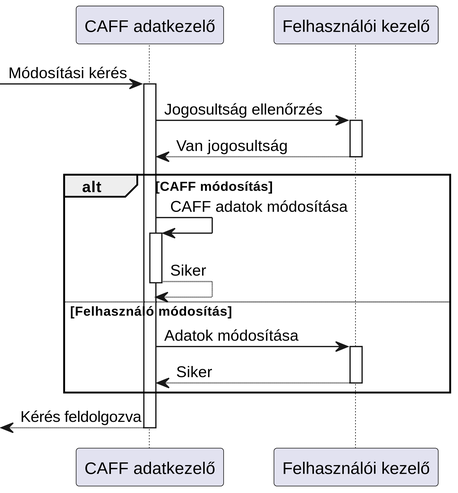
Before: Pictures/sequence_admin_modify/AdminModify.svg, a diagram exported from PlantUML (Fylota/hagyma_crysys). Source of this version:
```plantuml
@startuml AdminModify
scale 5

participant "CAFF adatkezelő" as caff
participant "Felhasználói kezelő" as felhasznalokezelo

-> caff : Módosítási kérés
activate caff
caff -> felhasznalokezelo : Jogosultság ellenőrzés
activate felhasznalokezelo
felhasznalokezelo --> caff : Van jogosultság
deactivate felhasznalokezelo
alt CAFF módosítás
caff -> caff : CAFF adatok módosítása
activate caff
caff --> caff : Siker
deactivate caff
else Felhasználó módosítás
caff -> felhasznalokezelo: Adatok módosítása
activate felhasznalokezelo
caff <-- felhasznalokezelo: Siker
deactivate felhasznalokezelo
end
<-- caff : Kérés feldolgozva
deactivate caff

@enduml
```
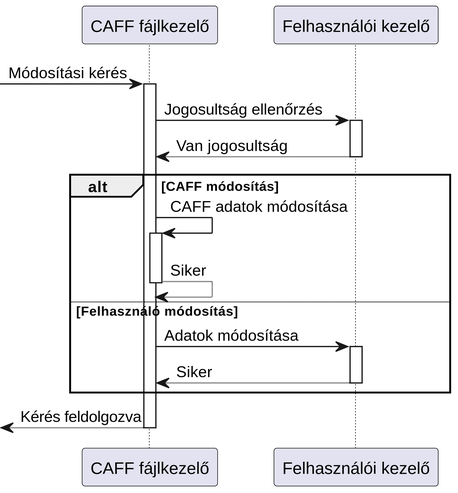
Later version of the same file.

Change to the diagram source:
```diff
@@ -1,7 +1,7 @@
 @startuml AdminModify
 scale 5
 
-participant "CAFF adatkezelő" as caff
+participant "CAFF fájlkezelő" as caff
 participant "Felhasználói kezelő" as felhasznalokezelo
 
 -> caff : Módosítási kérés
```
